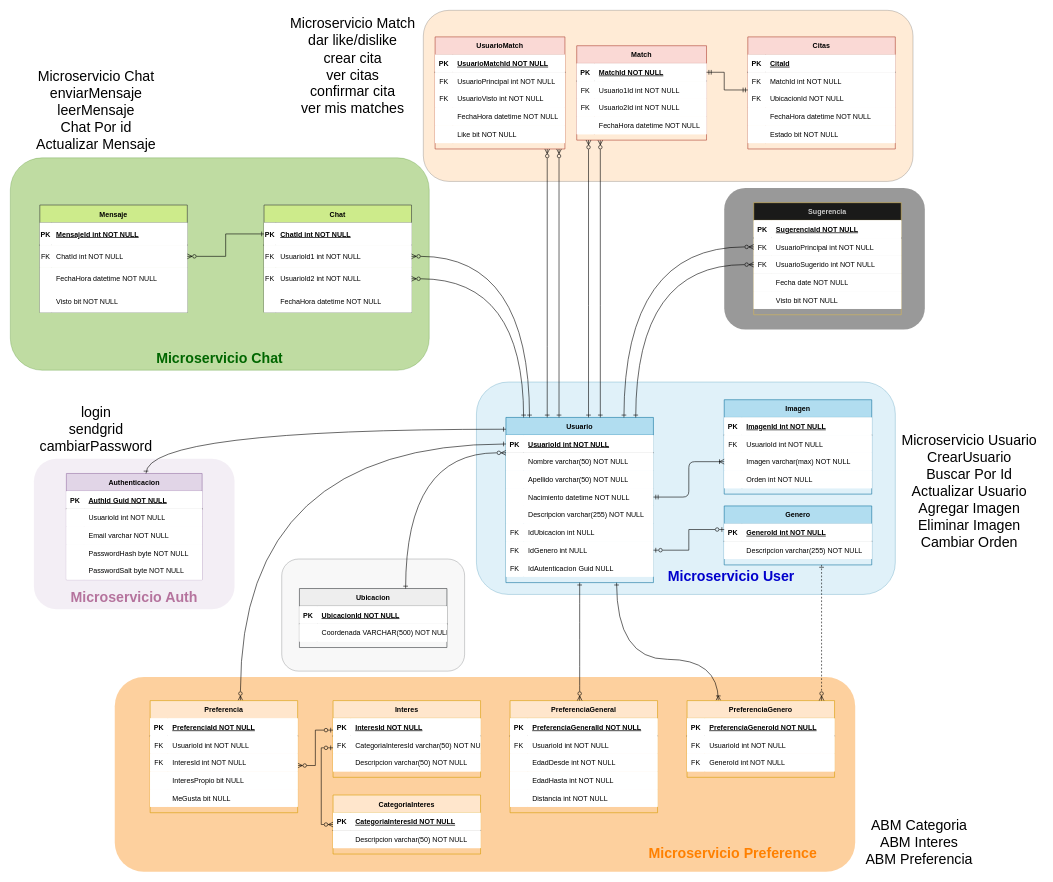
Before: page "Page-1" (1 of 2) of Sprint 1 - DER.drawio in Unaj-Grupo-3/Docs, a draw.io diagram. Source tidied: cells renumbered, new cells numbered last; positions are measured from the earlier drawing's top-left corner, leaving out a move shared by most shapes. Both pictures are drawn from the tidied source at 59%, with x=0, y=0 at pixel (10, 10).
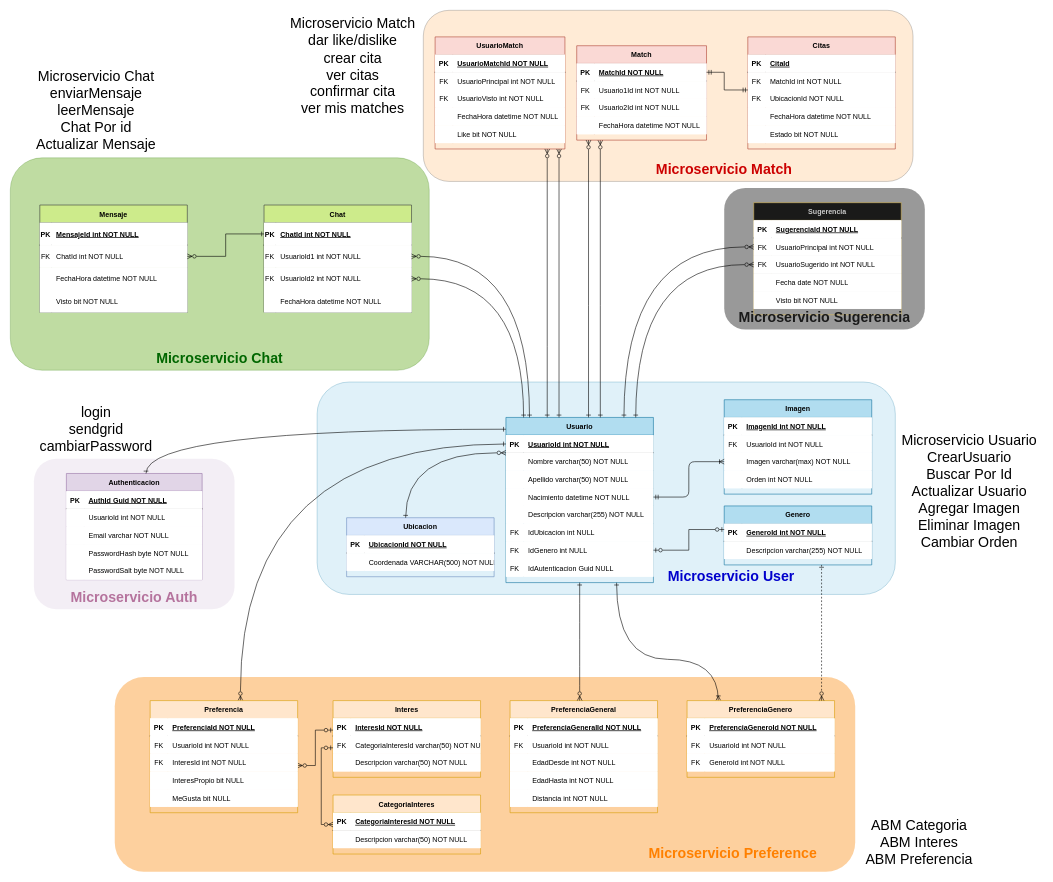
The same page after the edit.

Change to the diagram source:
```diff
@@
     <mxCell id="4" style="rounded=1;whiteSpace=wrap;html=1;fillColor=#b1ddf0;fillStyle=auto;glass=0;shadow=0;strokeColor=#10739e;perimeterSpacing=0;opacity=40;" parent="1" vertex="1">
-      <mxGeometry x="790" y="630" width="710" height="360" as="geometry" />
+      <mxGeometry x="520" y="630" width="980" height="360" as="geometry" />
     </mxCell>
-    <mxCell id="5" style="rounded=1;whiteSpace=wrap;html=1;fillColor=#eeeeee;strokeColor=#36393d;fillStyle=auto;glass=0;shadow=0;opacity=40;" parent="1" vertex="1">
-      <mxGeometry x="460" y="930" width="310" height="190" as="geometry" />
-    </mxCell>
@@
-    <mxCell id="104" value="Ubicacion" style="shape=table;startSize=30;childLayout=tableLayout;rowLines=0;fontStyle=1;align=center;fillColor=#eeeeee;strokeColor=#36393d;" parent="1" vertex="1">
-      <mxGeometry x="490" y="980" width="250" height="100" as="geometry" />
+    <mxCell id="104" value="Ubicacion" style="shape=table;startSize=30;childLayout=tableLayout;rowLines=0;fontStyle=1;align=center;fillColor=#dae8fc;strokeColor=#6c8ebf;" parent="1" vertex="1">
+      <mxGeometry x="570" y="860" width="250" height="100" as="geometry" />
     </mxCell>
@@
+    <mxCell id="252" value="&lt;h1&gt;&lt;font color=&quot;#cc0000&quot;&gt;Microservicio Match&lt;/font&gt;&lt;/h1&gt;" style="text;html=1;strokeColor=none;fillColor=none;spacing=5;spacingTop=-20;whiteSpace=wrap;overflow=hidden;rounded=0;align=center;" parent="1" vertex="1">
+      <mxGeometry x="1050" y="250" width="320" height="40" as="geometry" />
+    </mxCell>
+    <mxCell id="253" value="&lt;h1&gt;&lt;font color=&quot;#1a1a1a&quot;&gt;Microservicio Sugerencia&lt;/font&gt;&lt;/h1&gt;" style="text;html=1;strokeColor=none;fillColor=none;spacing=5;spacingTop=-20;whiteSpace=wrap;overflow=hidden;rounded=0;align=center;" parent="1" vertex="1">
+      <mxGeometry x="1210" y="501" width="340" height="40" as="geometry" />
+    </mxCell>
```
